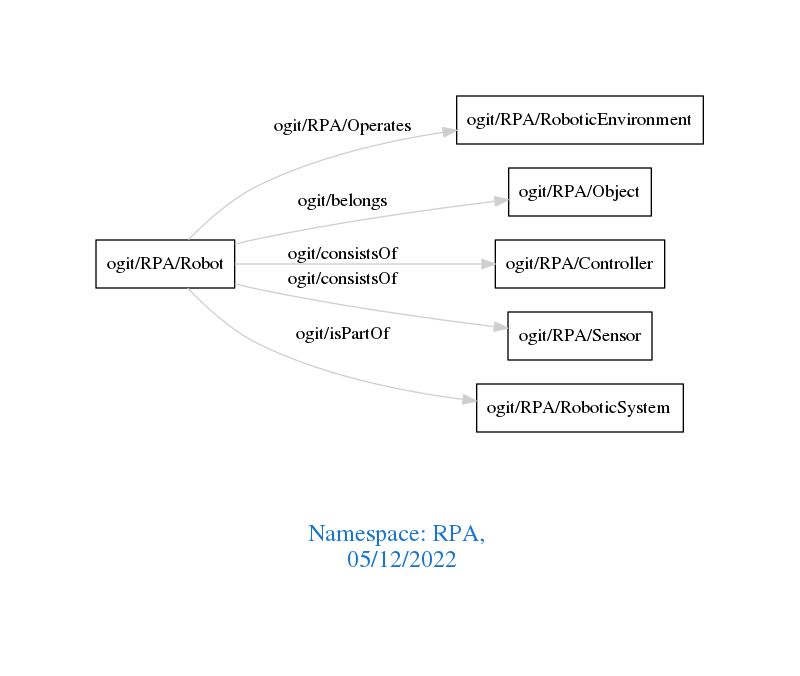
The Graphviz diagram downloads/RPA.png in arago/OGIT, before a commit. Its source is kept beside it as downloads/RPA.dot.
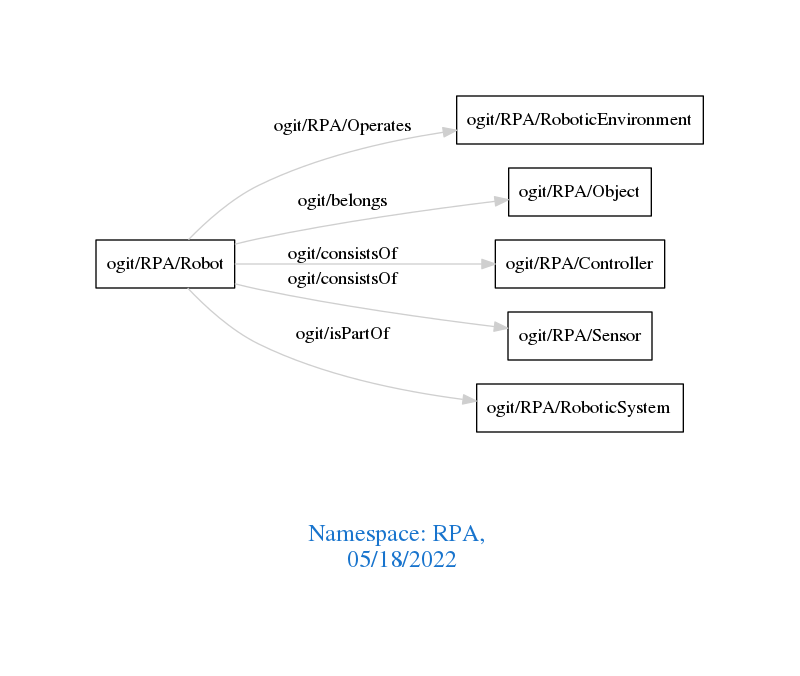
After the commit.

What changed in the source:
```diff
@@ -1,7 +1,7 @@
 digraph OGIT_ontology {
  graph [ rankdir= LR,pad=1
 fontsize = 18,
-fontcolor= dodgerblue3,label = "\n\n\nNamespace: RPA, \n 05/12/2022"];
+fontcolor= dodgerblue3,label = "\n\n\nNamespace: RPA, \n 05/18/2022"];
 node[shape=polygon];
 edge [  color="gray81"];
 
```
